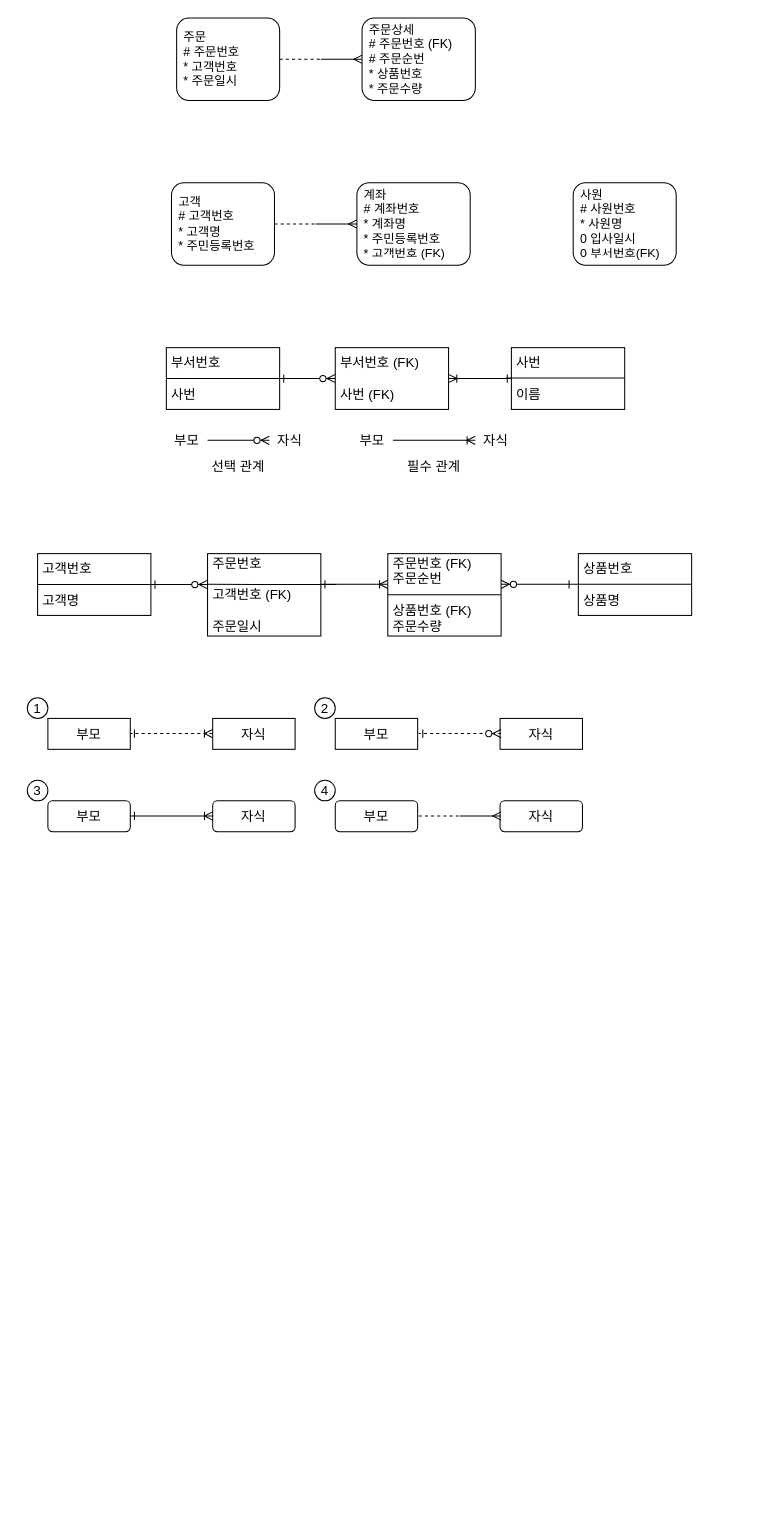
Earlier version of the draw.io diagram Database/DB DIagram prac.drawio (Deanioche/TIL). Source tidied: cells renumbered, new cells numbered last; positions are measured from the earlier drawing's top-left corner, leaving out a move shared by most shapes. Both pictures are drawn from the tidied source at 103%, with x=0, y=0 at pixel (27, 18).
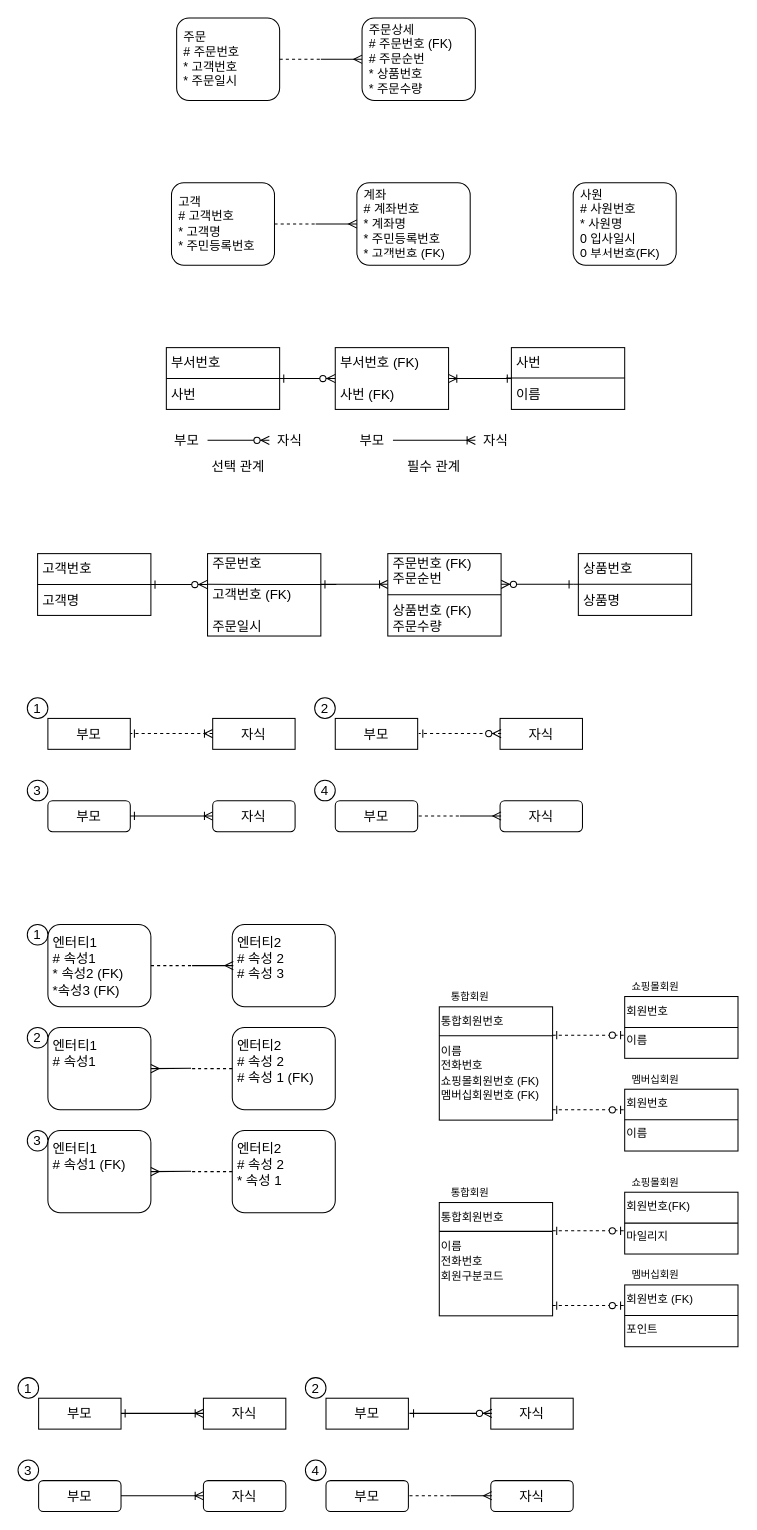
After the change.

What changed in the source:
```diff
@@
+    <mxCell id="54" value="엔터티1&lt;br&gt;# 속성1&lt;br&gt;* 속성2 (FK)&lt;br&gt;*속성3 (FK)" style="rounded=1;whiteSpace=wrap;html=1;fontSize=13;align=left;spacing=5;verticalAlign=top;" parent="1" vertex="1">
+      <mxGeometry x="20" y="880" width="100" height="80" as="geometry" />
+    </mxCell>
+    <mxCell id="55" value="엔터티2&lt;br&gt;# 속성 2&lt;br&gt;# 속성 3" style="rounded=1;whiteSpace=wrap;html=1;fontSize=13;align=left;spacing=5;verticalAlign=top;" parent="1" vertex="1">
+      <mxGeometry x="199" y="880" width="100" height="80" as="geometry" />
+    </mxCell>
+    <mxCell id="56" style="endArrow=none;dashed=1;html=1;exitX=1;exitY=0.5;exitDx=0;exitDy=0;" parent="1" edge="1">
+      <mxGeometry relative="1" as="geometry">
+        <mxPoint x="120" y="920" as="sourcePoint" />
+        <mxPoint x="160" y="920" as="targetPoint" />
+      </mxGeometry>
+    </mxCell>
+    <mxCell id="57" style="endArrow=ERmany;html=1;endFill=0;" parent="1" edge="1">
+      <mxGeometry relative="1" as="geometry">
+        <mxPoint x="160" y="920" as="sourcePoint" />
+        <mxPoint x="200" y="920" as="targetPoint" />
+      </mxGeometry>
+    </mxCell>
+    <mxCell id="58" value="엔터티1&lt;br&gt;# 속성1" style="rounded=1;whiteSpace=wrap;html=1;fontSize=13;align=left;spacing=5;verticalAlign=top;" parent="1" vertex="1">
+      <mxGeometry x="20" y="980" width="100" height="80" as="geometry" />
+    </mxCell>
+    <mxCell id="59" value="엔터티2&lt;br&gt;# 속성 2&lt;br&gt;# 속성 1 (FK)" style="rounded=1;whiteSpace=wrap;html=1;fontSize=13;align=left;spacing=5;verticalAlign=top;" parent="1" vertex="1">
+      <mxGeometry x="199" y="980" width="100" height="80" as="geometry" />
+    </mxCell>
+    <mxCell id="60" style="endArrow=none;dashed=1;html=1;exitX=0;exitY=0.5;exitDx=0;exitDy=0;" parent="1" edge="1" source="59">
+      <mxGeometry relative="1" as="geometry">
+        <mxPoint x="160" y="1020" as="targetPoint" />
+        <Array as="points">
+          <mxPoint x="170" y="1020" />
+        </Array>
+      </mxGeometry>
+    </mxCell>
+    <mxCell id="61" style="endArrow=ERmany;html=1;endFill=0;entryX=1;entryY=0.5;entryDx=0;entryDy=0;" parent="1" edge="1" target="58">
+      <mxGeometry relative="1" as="geometry">
+        <mxPoint x="159" y="1019.7" as="sourcePoint" />
+      </mxGeometry>
+    </mxCell>
+    <mxCell id="62" value="엔터티1&lt;br&gt;# 속성1 (FK)" style="rounded=1;whiteSpace=wrap;html=1;fontSize=13;align=left;spacing=5;verticalAlign=top;" parent="1" vertex="1">
+      <mxGeometry x="20" y="1080" width="100" height="80" as="geometry" />
+    </mxCell>
+    <mxCell id="63" value="엔터티2&lt;br&gt;# 속성 2&lt;br&gt;* 속성 1" style="rounded=1;whiteSpace=wrap;html=1;fontSize=13;align=left;spacing=5;verticalAlign=top;" parent="1" vertex="1">
+      <mxGeometry x="199" y="1080" width="100" height="80" as="geometry" />
+    </mxCell>
+    <mxCell id="64" style="endArrow=none;dashed=1;html=1;exitX=0;exitY=0.5;exitDx=0;exitDy=0;" parent="1" edge="1" source="63">
+      <mxGeometry relative="1" as="geometry">
+        <mxPoint x="160" y="1120" as="targetPoint" />
+        <Array as="points">
+          <mxPoint x="170" y="1120" />
+        </Array>
+      </mxGeometry>
+    </mxCell>
+    <mxCell id="65" style="endArrow=ERmany;html=1;endFill=0;entryX=1;entryY=0.5;entryDx=0;entryDy=0;" parent="1" edge="1" target="62">
+      <mxGeometry relative="1" as="geometry">
+        <mxPoint x="159" y="1119.7" as="sourcePoint" />
+      </mxGeometry>
+    </mxCell>
+    <mxCell id="66" value="1" style="ellipse;whiteSpace=wrap;html=1;fontSize=13;align=center;" parent="1" vertex="1">
+      <mxGeometry y="880" width="20" height="20" as="geometry" />
+    </mxCell>
+    <mxCell id="67" value="2" style="ellipse;whiteSpace=wrap;html=1;fontSize=13;align=center;" parent="1" vertex="1">
+      <mxGeometry y="980" width="20" height="20" as="geometry" />
+    </mxCell>
+    <mxCell id="68" value="3" style="ellipse;whiteSpace=wrap;html=1;fontSize=13;align=center;" parent="1" vertex="1">
+      <mxGeometry y="1080" width="20" height="20" as="geometry" />
+    </mxCell>
+    <mxCell id="69" style="edgeStyle=orthogonalEdgeStyle;rounded=0;jettySize=auto;html=1;exitX=1;exitY=0.25;exitDx=0;exitDy=0;fontSize=10;endArrow=ERzeroToOne;endFill=1;dashed=1;startArrow=ERone;startFill=0;" parent="1" edge="1" source="70">
+      <mxGeometry relative="1" as="geometry">
+        <mxPoint x="580" y="987.5" as="targetPoint" />
+      </mxGeometry>
+    </mxCell>
+    <mxCell id="70" value="&lt;font style=&quot;font-size: 11px&quot;&gt;통합회원번호&lt;br&gt;&lt;br&gt;이름&lt;br&gt;전화번호&lt;br&gt;쇼핑몰회원번호 (FK)&lt;br&gt;멤버십회원번호 (FK)&lt;/font&gt;" style="whiteSpace=wrap;html=1;align=left;verticalAlign=top;" parent="1" vertex="1">
+      <mxGeometry x="400" y="960" width="110" height="110" as="geometry" />
+    </mxCell>
+    <mxCell id="71" style="endArrow=none;html=1;" parent="1" edge="1">
+      <mxGeometry relative="1" as="geometry">
+        <mxPoint x="400" y="988" as="sourcePoint" />
+        <mxPoint x="510" y="988" as="targetPoint" />
+      </mxGeometry>
+    </mxCell>
+    <mxCell id="72" value="&lt;span style=&quot;font-size: 11px&quot;&gt;회원번호&lt;br&gt;&lt;br&gt;이름&lt;br&gt;&lt;/span&gt;" style="whiteSpace=wrap;html=1;align=left;verticalAlign=top;" parent="1" vertex="1">
+      <mxGeometry x="580" y="950" width="110" height="60" as="geometry" />
+    </mxCell>
+    <mxCell id="73" style="endArrow=none;html=1;" parent="1" edge="1">
+      <mxGeometry relative="1" as="geometry">
+        <mxPoint x="580" y="980" as="sourcePoint" />
+        <mxPoint x="690" y="980" as="targetPoint" />
+      </mxGeometry>
+    </mxCell>
+    <mxCell id="74" value="&lt;span style=&quot;font-size: 11px&quot;&gt;회원번호&lt;br&gt;&lt;br&gt;이름&lt;br&gt;&lt;/span&gt;" style="whiteSpace=wrap;html=1;align=left;verticalAlign=top;" parent="1" vertex="1">
+      <mxGeometry x="580" y="1040" width="110" height="60" as="geometry" />
+    </mxCell>
+    <mxCell id="75" style="endArrow=none;html=1;" parent="1" edge="1">
+      <mxGeometry relative="1" as="geometry">
+        <mxPoint x="580" y="1069.7" as="sourcePoint" />
+        <mxPoint x="690" y="1069.7" as="targetPoint" />
+      </mxGeometry>
+    </mxCell>
+    <mxCell id="76" value="통합회원" style="text;html=1;strokeColor=none;fillColor=none;align=center;verticalAlign=middle;whiteSpace=wrap;rounded=0;fontSize=10;" parent="1" vertex="1">
+      <mxGeometry x="400" y="940" width="60" height="20" as="geometry" />
+    </mxCell>
+    <mxCell id="77" value="쇼핑몰회원" style="text;html=1;strokeColor=none;fillColor=none;align=center;verticalAlign=middle;whiteSpace=wrap;rounded=0;fontSize=10;" parent="1" vertex="1">
+      <mxGeometry x="580" y="930" width="60" height="20" as="geometry" />
+    </mxCell>
+    <mxCell id="78" value="멤버십회원" style="text;html=1;strokeColor=none;fillColor=none;align=center;verticalAlign=middle;whiteSpace=wrap;rounded=0;fontSize=10;" parent="1" vertex="1">
+      <mxGeometry x="580" y="1020" width="60" height="20" as="geometry" />
+    </mxCell>
+    <mxCell id="79" style="edgeStyle=orthogonalEdgeStyle;rounded=0;orthogonalLoop=1;jettySize=auto;html=1;exitX=1;exitY=0.25;exitDx=0;exitDy=0;fontSize=10;endArrow=ERzeroToOne;endFill=1;dashed=1;startArrow=ERone;startFill=0;" parent="1" edge="1">
+      <mxGeometry relative="1" as="geometry">
+        <mxPoint x="510" y="1060" as="sourcePoint" />
+        <mxPoint x="580" y="1060" as="targetPoint" />
+      </mxGeometry>
+    </mxCell>
+    <mxCell id="80" style="edgeStyle=orthogonalEdgeStyle;rounded=0;jettySize=auto;html=1;exitX=1;exitY=0.25;exitDx=0;exitDy=0;fontSize=10;endArrow=ERzeroToOne;endFill=1;dashed=1;startArrow=ERone;startFill=0;" parent="1" edge="1" source="81">
+      <mxGeometry relative="1" as="geometry">
+        <mxPoint x="580" y="1177.5" as="targetPoint" />
+      </mxGeometry>
+    </mxCell>
+    <mxCell id="81" value="&lt;font style=&quot;font-size: 11px&quot;&gt;통합회원번호&lt;br&gt;&lt;br&gt;이름&lt;br&gt;전화번호&lt;br&gt;회원구분코드&lt;br&gt;&lt;/font&gt;" style="whiteSpace=wrap;html=1;align=left;verticalAlign=top;" parent="1" vertex="1">
+      <mxGeometry x="400" y="1150" width="110" height="110" as="geometry" />
+    </mxCell>
+    <mxCell id="82" style="endArrow=none;html=1;" parent="1" edge="1">
+      <mxGeometry relative="1" as="geometry">
+        <mxPoint x="400" y="1178" as="sourcePoint" />
+        <mxPoint x="510" y="1178" as="targetPoint" />
+      </mxGeometry>
+    </mxCell>
+    <mxCell id="83" value="&lt;span style=&quot;font-size: 11px&quot;&gt;회원번호(FK)&lt;br&gt;&lt;br&gt;마일리지&lt;br&gt;&lt;/span&gt;" style="whiteSpace=wrap;html=1;align=left;verticalAlign=top;" parent="1" vertex="1">
+      <mxGeometry x="580" y="1140" width="110" height="60" as="geometry" />
+    </mxCell>
+    <mxCell id="84" style="endArrow=none;html=1;" parent="1" edge="1">
+      <mxGeometry relative="1" as="geometry">
+        <mxPoint x="580" y="1170" as="sourcePoint" />
+        <mxPoint x="690" y="1170" as="targetPoint" />
+      </mxGeometry>
+    </mxCell>
+    <mxCell id="85" value="&lt;span style=&quot;font-size: 11px&quot;&gt;회원번호 (FK)&lt;br&gt;&lt;br&gt;포인트&lt;br&gt;&lt;/span&gt;" style="whiteSpace=wrap;html=1;align=left;verticalAlign=top;" parent="1" vertex="1">
+      <mxGeometry x="580" y="1230" width="110" height="60" as="geometry" />
+    </mxCell>
+    <mxCell id="86" style="endArrow=none;html=1;" parent="1" edge="1">
+      <mxGeometry relative="1" as="geometry">
+        <mxPoint x="580" y="1259.7" as="sourcePoint" />
+        <mxPoint x="690" y="1259.7" as="targetPoint" />
+      </mxGeometry>
+    </mxCell>
+    <mxCell id="87" value="통합회원" style="text;html=1;strokeColor=none;fillColor=none;align=center;verticalAlign=middle;whiteSpace=wrap;rounded=0;fontSize=10;" parent="1" vertex="1">
+      <mxGeometry x="400" y="1130" width="60" height="20" as="geometry" />
+    </mxCell>
+    <mxCell id="88" value="쇼핑몰회원" style="text;html=1;strokeColor=none;fillColor=none;align=center;verticalAlign=middle;whiteSpace=wrap;rounded=0;fontSize=10;" parent="1" vertex="1">
+      <mxGeometry x="580" y="1120" width="60" height="20" as="geometry" />
+    </mxCell>
+    <mxCell id="89" value="멤버십회원" style="text;html=1;strokeColor=none;fillColor=none;align=center;verticalAlign=middle;whiteSpace=wrap;rounded=0;fontSize=10;" parent="1" vertex="1">
+      <mxGeometry x="580" y="1210" width="60" height="20" as="geometry" />
+    </mxCell>
+    <mxCell id="90" style="edgeStyle=orthogonalEdgeStyle;rounded=0;orthogonalLoop=1;jettySize=auto;html=1;exitX=1;exitY=0.25;exitDx=0;exitDy=0;fontSize=10;endArrow=ERzeroToOne;endFill=1;dashed=1;startArrow=ERone;startFill=0;" parent="1" edge="1">
+      <mxGeometry relative="1" as="geometry">
+        <mxPoint x="510" y="1250" as="sourcePoint" />
+        <mxPoint x="580" y="1250" as="targetPoint" />
+      </mxGeometry>
+    </mxCell>
+    <mxCell id="91" value="부모" style="rounded=1;whiteSpace=wrap;html=1;fontSize=13;align=center;" parent="1" vertex="1">
+      <mxGeometry x="11" y="1420" width="80" height="30" as="geometry" />
+    </mxCell>
+    <mxCell id="92" value="자식" style="rounded=1;whiteSpace=wrap;html=1;fontSize=13;align=center;" parent="1" vertex="1">
+      <mxGeometry x="171" y="1420" width="80" height="30" as="geometry" />
+    </mxCell>
+    <mxCell id="93" value="부모" style="rounded=0;whiteSpace=wrap;html=1;fontSize=13;align=center;" parent="1" vertex="1">
+      <mxGeometry x="11" y="1340" width="80" height="30" as="geometry" />
+    </mxCell>
+    <mxCell id="94" value="자식" style="rounded=0;whiteSpace=wrap;html=1;fontSize=13;align=center;" parent="1" vertex="1">
+      <mxGeometry x="171" y="1340" width="80" height="30" as="geometry" />
+    </mxCell>
+    <mxCell id="95" value="부모" style="rounded=1;whiteSpace=wrap;html=1;fontSize=13;align=center;" parent="1" vertex="1">
+      <mxGeometry x="290" y="1420" width="80" height="30" as="geometry" />
+    </mxCell>
+    <mxCell id="96" value="자식" style="rounded=1;whiteSpace=wrap;html=1;fontSize=13;align=center;" parent="1" vertex="1">
+      <mxGeometry x="450" y="1420" width="80" height="30" as="geometry" />
+    </mxCell>
+    <mxCell id="97" value="부모" style="rounded=0;whiteSpace=wrap;html=1;fontSize=13;align=center;" parent="1" vertex="1">
+      <mxGeometry x="290" y="1340" width="80" height="30" as="geometry" />
+    </mxCell>
+    <mxCell id="98" value="자식" style="rounded=0;whiteSpace=wrap;html=1;fontSize=13;align=center;" parent="1" vertex="1">
+      <mxGeometry x="450" y="1340" width="80" height="30" as="geometry" />
+    </mxCell>
+    <mxCell id="99" style="edgeStyle=orthogonalEdgeStyle;rounded=0;jettySize=auto;html=1;fontSize=13;endArrow=ERone;endFill=0;startArrow=ERoneToMany;startFill=0;exitX=0;exitY=0.5;exitDx=0;exitDy=0;" parent="1" edge="1" source="94">
+      <mxGeometry relative="1" as="geometry">
+        <mxPoint x="91" y="1354.7" as="targetPoint" />
+        <Array as="points">
+          <mxPoint x="91" y="1355" />
+        </Array>
+      </mxGeometry>
+    </mxCell>
+    <mxCell id="100" style="edgeStyle=orthogonalEdgeStyle;rounded=0;orthogonalLoop=1;jettySize=auto;html=1;fontSize=13;endArrow=ERone;endFill=0;startArrow=ERzeroToMany;startFill=1;exitX=0;exitY=0.5;exitDx=0;exitDy=0;" parent="1" edge="1">
+      <mxGeometry relative="1" as="geometry">
+        <mxPoint x="451" y="1355" as="sourcePoint" />
+        <mxPoint x="371" y="1354.7" as="targetPoint" />
+        <Array as="points">
+          <mxPoint x="371" y="1355" />
+        </Array>
+      </mxGeometry>
+    </mxCell>
+    <mxCell id="101" style="edgeStyle=orthogonalEdgeStyle;rounded=0;orthogonalLoop=1;jettySize=auto;html=1;fontSize=13;endArrow=none;endFill=0;startArrow=ERoneToMany;startFill=0;exitX=0;exitY=0.5;exitDx=0;exitDy=0;" parent="1" edge="1">
+      <mxGeometry relative="1" as="geometry">
+        <mxPoint x="171" y="1435" as="sourcePoint" />
+        <mxPoint x="91" y="1434.7" as="targetPoint" />
+        <Array as="points">
+          <mxPoint x="91" y="1435" />
+        </Array>
+      </mxGeometry>
+    </mxCell>
+    <mxCell id="102" style="endArrow=none;dashed=1;html=1;exitX=1;exitY=0.5;exitDx=0;exitDy=0;" parent="1" edge="1">
+      <mxGeometry relative="1" as="geometry">
+        <mxPoint x="371" y="1434.7" as="sourcePoint" />
+        <mxPoint x="411" y="1434.7" as="targetPoint" />
+      </mxGeometry>
+    </mxCell>
+    <mxCell id="103" style="endArrow=ERmany;html=1;entryX=0;entryY=0.5;entryDx=0;entryDy=0;endFill=0;" parent="1" edge="1">
+      <mxGeometry relative="1" as="geometry">
+        <mxPoint x="411" y="1434.7" as="sourcePoint" />
+        <mxPoint x="451" y="1434.7" as="targetPoint" />
+      </mxGeometry>
+    </mxCell>
+    <mxCell id="104" value="1" style="ellipse;whiteSpace=wrap;html=1;fontSize=13;align=center;" parent="1" vertex="1">
+      <mxGeometry x="-9" y="1320" width="20" height="20" as="geometry" />
+    </mxCell>
+    <mxCell id="105" value="2" style="ellipse;whiteSpace=wrap;html=1;fontSize=13;align=center;" parent="1" vertex="1">
+      <mxGeometry x="270" y="1320" width="20" height="20" as="geometry" />
+    </mxCell>
+    <mxCell id="106" value="3" style="ellipse;whiteSpace=wrap;html=1;fontSize=13;align=center;" parent="1" vertex="1">
+      <mxGeometry x="-9" y="1400" width="20" height="20" as="geometry" />
+    </mxCell>
+    <mxCell id="107" value="4" style="ellipse;whiteSpace=wrap;html=1;fontSize=13;align=center;" parent="1" vertex="1">
+      <mxGeometry x="270" y="1400" width="20" height="20" as="geometry" />
+    </mxCell>
```
